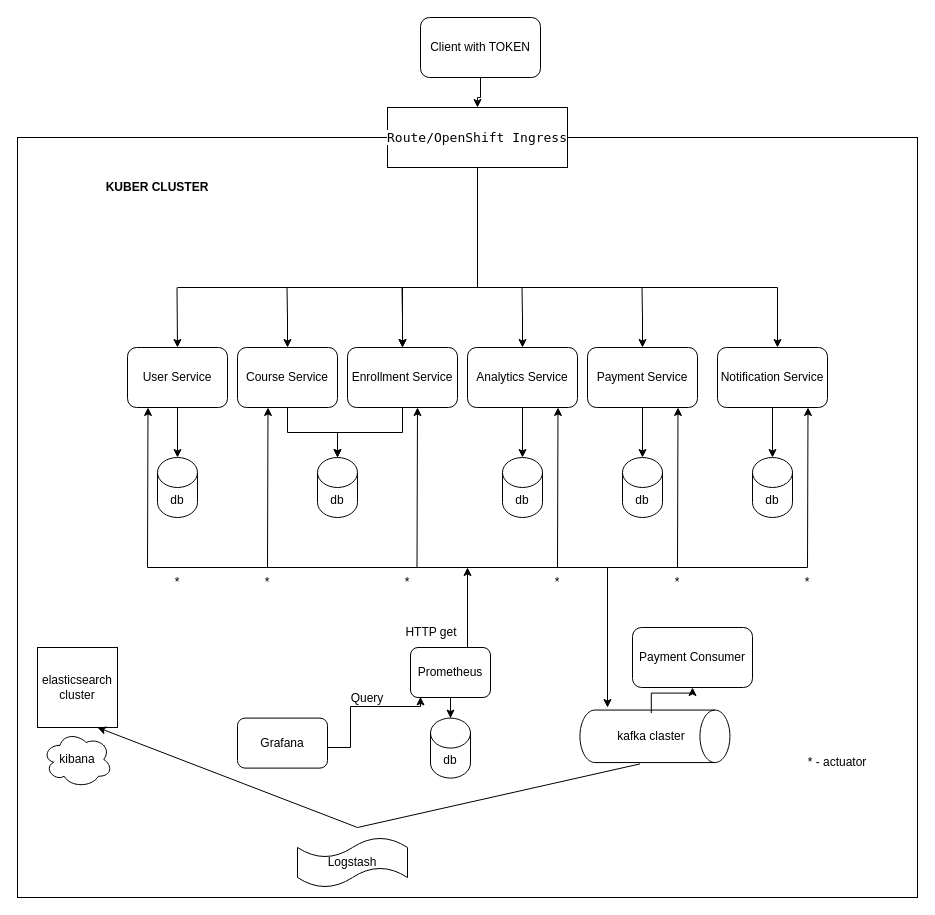
Earlier version of the draw.io diagram Диаграмма без названия.drawio (rishaleva/testTransactional). Source tidied: cells renumbered, new cells numbered last; positions are measured from the earlier drawing's top-left corner, leaving out a move shared by most shapes. Both pictures are drawn from the tidied source at 100%, with x=0, y=0 at pixel (17, 17).
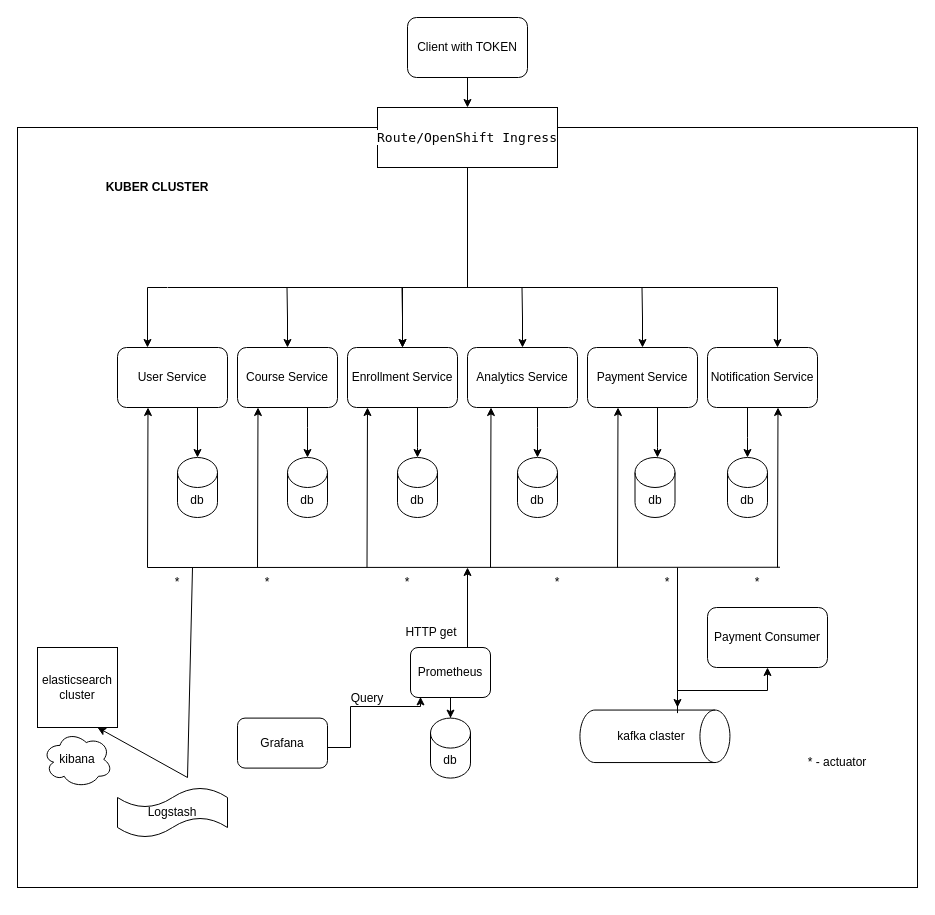
The same page after the edit.

Unchanged cells that the change refers to:
```xml
<mxCell id="5" value="Course Service" style="rounded=1;whiteSpace=wrap;html=1;" parent="1" vertex="1">
  <mxGeometry x="220" y="330" width="100" height="60" as="geometry" />
</mxCell>
<mxCell id="7" value="Analytics Service" style="rounded=1;whiteSpace=wrap;html=1;" parent="1" vertex="1">
  <mxGeometry x="450" y="330" width="110" height="60" as="geometry" />
</mxCell>
<mxCell id="11" value="Payment Service" style="rounded=1;whiteSpace=wrap;html=1;" parent="1" vertex="1">
  <mxGeometry x="570" y="330" width="110" height="60" as="geometry" />
</mxCell>
<mxCell id="21" value="Enrollment Service" style="rounded=1;whiteSpace=wrap;html=1;" parent="1" vertex="1">
  <mxGeometry x="330" y="330" width="110" height="60" as="geometry" />
</mxCell>
<mxCell id="43" value="*" style="text;html=1;align=center;verticalAlign=middle;whiteSpace=wrap;rounded=0;" parent="1" vertex="1">
  <mxGeometry x="130" y="550" width="60" height="30" as="geometry" />
</mxCell>
<mxCell id="57" value="kafka claster" style="text;html=1;align=center;verticalAlign=middle;whiteSpace=wrap;rounded=0;" parent="1" vertex="1">
  <mxGeometry x="568.8" y="695.6" width="130" height="46.2" as="geometry" />
</mxCell>
<mxCell id="60" value="elasticsearch&lt;div&gt;cluster&lt;/div&gt;" style="whiteSpace=wrap;html=1;" parent="1" vertex="1">
  <mxGeometry x="20" y="630" width="80" height="80" as="geometry" />
</mxCell>
```

What changed in the source:
```diff
@@
     <mxCell id="2" style="rounded=0;whiteSpace=wrap;html=1;" parent="1" vertex="1">
-      <mxGeometry y="120" width="900" height="760" as="geometry" />
+      <mxGeometry y="110" width="900" height="760" as="geometry" />
     </mxCell>
     <mxCell id="3" value="User Service" style="rounded=1;whiteSpace=wrap;html=1;direction=west;" parent="1" vertex="1">
-      <mxGeometry x="110" y="330" width="100" height="60" as="geometry" />
+      <mxGeometry x="100" y="330" width="110" height="60" as="geometry" />
     </mxCell>
     <mxCell id="4" style="edgeStyle=orthogonalEdgeStyle;rounded=0;jettySize=auto;html=1;" parent="1" edge="1" source="5" target="13">
-      <mxGeometry relative="1" as="geometry" />
+      <mxGeometry relative="1" as="geometry">
+        <Array as="points">
+          <mxPoint x="290" y="410" />
+          <mxPoint x="290" y="410" />
+        </Array>
+      </mxGeometry>
     </mxCell>
@@
     <mxCell id="6" style="edgeStyle=orthogonalEdgeStyle;rounded=0;jettySize=auto;html=1;" parent="1" edge="1" source="7" target="14">
-      <mxGeometry relative="1" as="geometry" />
+      <mxGeometry relative="1" as="geometry">
+        <Array as="points">
+          <mxPoint x="520" y="410" />
+          <mxPoint x="520" y="410" />
+        </Array>
+      </mxGeometry>
     </mxCell>
@@
     <mxCell id="8" style="edgeStyle=orthogonalEdgeStyle;rounded=0;jettySize=auto;html=1;" parent="1" edge="1" source="9" target="16">
-      <mxGeometry relative="1" as="geometry" />
+      <mxGeometry relative="1" as="geometry">
+        <Array as="points">
+          <mxPoint x="730" y="420" />
+          <mxPoint x="730" y="420" />
+        </Array>
+      </mxGeometry>
     </mxCell>
     <mxCell id="9" value="Notification Service" style="rounded=1;whiteSpace=wrap;html=1;" parent="1" vertex="1">
-      <mxGeometry x="700" y="330" width="110" height="60" as="geometry" />
+      <mxGeometry x="690" y="330" width="110" height="60" as="geometry" />
     </mxCell>
     <mxCell id="10" style="edgeStyle=orthogonalEdgeStyle;rounded=0;jettySize=auto;html=1;" parent="1" edge="1" source="11" target="15">
-      <mxGeometry relative="1" as="geometry" />
+      <mxGeometry relative="1" as="geometry">
+        <Array as="points">
+          <mxPoint x="640" y="430" />
+          <mxPoint x="640" y="430" />
+        </Array>
+      </mxGeometry>
     </mxCell>
@@
     <mxCell id="12" value="db" style="shape=cylinder3;whiteSpace=wrap;html=1;boundedLbl=1;backgroundOutline=1;size=15;" parent="1" vertex="1">
-      <mxGeometry x="140" y="440" width="40" height="60" as="geometry" />
+      <mxGeometry x="160" y="440" width="40" height="60" as="geometry" />
     </mxCell>
     <mxCell id="13" value="db" style="shape=cylinder3;whiteSpace=wrap;html=1;boundedLbl=1;backgroundOutline=1;size=15;" parent="1" vertex="1">
-      <mxGeometry x="300" y="440" width="40" height="60" as="geometry" />
+      <mxGeometry x="270" y="440" width="40" height="60" as="geometry" />
     </mxCell>
     <mxCell id="14" value="db" style="shape=cylinder3;whiteSpace=wrap;html=1;boundedLbl=1;backgroundOutline=1;size=15;" parent="1" vertex="1">
-      <mxGeometry x="485" y="440" width="40" height="60" as="geometry" />
+      <mxGeometry x="500" y="440" width="40" height="60" as="geometry" />
     </mxCell>
     <mxCell id="15" value="db" style="shape=cylinder3;whiteSpace=wrap;html=1;boundedLbl=1;backgroundOutline=1;size=15;" parent="1" vertex="1">
-      <mxGeometry x="605" y="440" width="40" height="60" as="geometry" />
+      <mxGeometry x="617.5" y="440" width="40" height="60" as="geometry" />
     </mxCell>
     <mxCell id="16" value="db" style="shape=cylinder3;whiteSpace=wrap;html=1;boundedLbl=1;backgroundOutline=1;size=15;" parent="1" vertex="1">
-      <mxGeometry x="735" y="440" width="40" height="60" as="geometry" />
+      <mxGeometry x="710" y="440" width="40" height="60" as="geometry" />
     </mxCell>
     <mxCell id="17" style="edgeStyle=orthogonalEdgeStyle;rounded=0;jettySize=auto;html=1;exitX=0.5;exitY=0;exitDx=0;exitDy=0;entryX=0.5;entryY=0;entryDx=0;entryDy=0;entryPerimeter=0;" parent="1" edge="1" source="3" target="12">
-      <mxGeometry relative="1" as="geometry" />
+      <mxGeometry relative="1" as="geometry">
+        <Array as="points">
+          <mxPoint x="180" y="390" />
+          <mxPoint x="180" y="440" />
+        </Array>
+      </mxGeometry>
     </mxCell>
-    <mxCell id="18" style="edgeStyle=orthogonalEdgeStyle;rounded=0;jettySize=auto;html=1;exitX=0.5;exitY=1;exitDx=0;exitDy=0;entryX=0.5;entryY=0;entryDx=0;entryDy=0;entryPerimeter=0;" parent="1" edge="1" source="21" target="13">
-      <mxGeometry relative="1" as="geometry" />
-    </mxCell>
     <mxCell id="19" style="edgeStyle=orthogonalEdgeStyle;rounded=0;jettySize=auto;html=1;" parent="1" edge="1" source="52" target="21">
       <mxGeometry relative="1" as="geometry">
         <Array as="points">
-          <mxPoint x="460" y="270" />
+          <mxPoint x="450" y="270" />
           <mxPoint x="385" y="270" />
         </Array>
       </mxGeometry>
     </mxCell>
@@
+    <mxCell id="64" style="edgeStyle=orthogonalEdgeStyle;rounded=0;jettySize=auto;html=1;" parent="1" edge="1" source="21" target="65">
+      <mxGeometry relative="1" as="geometry">
+        <Array as="points">
+          <mxPoint x="400" y="430" />
+          <mxPoint x="400" y="430" />
+        </Array>
+      </mxGeometry>
+    </mxCell>
@@
     <mxCell id="22" style="endArrow=none;html=1;rounded=0;" parent="1" edge="1">
       <mxGeometry relative="1" as="geometry">
-        <mxPoint x="160" y="270" as="sourcePoint" />
+        <mxPoint x="150" y="270" as="sourcePoint" />
         <mxPoint x="760" y="270" as="targetPoint" />
       </mxGeometry>
     </mxCell>
-    <mxCell id="23" style="edgeStyle=orthogonalEdgeStyle;rounded=0;jettySize=auto;html=1;entryX=0.5;entryY=1;entryDx=0;entryDy=0;" parent="1" edge="1" target="3">
+    <mxCell id="23" style="edgeStyle=orthogonalEdgeStyle;rounded=0;orthogonalLoop=1;jettySize=auto;html=1;" parent="1" edge="1">
       <mxGeometry relative="1" as="geometry">
-        <mxPoint x="159.5" y="270" as="sourcePoint" />
+        <mxPoint x="149.5" y="270" as="sourcePoint" />
+        <mxPoint x="130" y="330" as="targetPoint" />
+        <Array as="points">
+          <mxPoint x="130" y="270" />
+          <mxPoint x="130" y="330" />
+        </Array>
       </mxGeometry>
     </mxCell>
@@
-    <mxCell id="35" style="endArrow=none;html=1;rounded=0;exitX=0;exitY=0;exitDx=0;exitDy=0;" parent="1" edge="1" source="43">
-      <mxGeometry relative="1" as="geometry">
-        <mxPoint x="790" y="550" as="targetPoint" />
-      </mxGeometry>
+    <mxCell id="35" style="endArrow=none;html=1;rounded=0;exitX=0;exitY=0;exitDx=0;exitDy=0;entryX=0.875;entryY=-0.008;entryDx=0;entryDy=0;entryPerimeter=0;" parent="1" edge="1" source="43" target="47">
+      <mxGeometry relative="1" as="geometry" />
     </mxCell>
     <mxCell id="36" style="endArrow=classic;html=1;rounded=0;" parent="1" edge="1">
       <mxGeometry relative="1" as="geometry">
-        <mxPoint x="540" y="550" as="sourcePoint" />
-        <mxPoint x="540.5" y="390" as="targetPoint" />
+        <mxPoint x="473" y="550" as="sourcePoint" />
+        <mxPoint x="473.5" y="390" as="targetPoint" />
       </mxGeometry>
     </mxCell>
     <mxCell id="37" style="endArrow=classic;html=1;rounded=0;" parent="1" edge="1">
       <mxGeometry relative="1" as="geometry">
-        <mxPoint x="399.5" y="550" as="sourcePoint" />
-        <mxPoint x="400" y="390" as="targetPoint" />
+        <mxPoint x="349.5" y="550" as="sourcePoint" />
+        <mxPoint x="350" y="390" as="targetPoint" />
       </mxGeometry>
     </mxCell>
@@
     <mxCell id="39" style="endArrow=classic;html=1;rounded=0;" parent="1" edge="1">
       <mxGeometry relative="1" as="geometry">
-        <mxPoint x="250" y="550" as="sourcePoint" />
-        <mxPoint x="250.5" y="390" as="targetPoint" />
+        <mxPoint x="240" y="550" as="sourcePoint" />
+        <mxPoint x="240.5" y="390" as="targetPoint" />
       </mxGeometry>
     </mxCell>
     <mxCell id="40" style="endArrow=classic;html=1;rounded=0;" parent="1" edge="1">
       <mxGeometry relative="1" as="geometry">
-        <mxPoint x="790" y="550" as="sourcePoint" />
-        <mxPoint x="790.5" y="390" as="targetPoint" />
+        <mxPoint x="760" y="550" as="sourcePoint" />
+        <mxPoint x="760.5" y="390" as="targetPoint" />
       </mxGeometry>
     </mxCell>
@@
     <mxCell id="47" value="*" style="text;html=1;align=center;verticalAlign=middle;whiteSpace=wrap;rounded=0;" parent="1" vertex="1">
-      <mxGeometry x="760" y="550" width="60" height="30" as="geometry" />
+      <mxGeometry x="710" y="550" width="60" height="30" as="geometry" />
     </mxCell>
     <mxCell id="48" style="endArrow=classic;html=1;rounded=0;" parent="1" edge="1">
       <mxGeometry relative="1" as="geometry">
-        <mxPoint x="660" y="550" as="sourcePoint" />
-        <mxPoint x="660.5" y="390" as="targetPoint" />
+        <mxPoint x="600" y="550" as="sourcePoint" />
+        <mxPoint x="600.5" y="390" as="targetPoint" />
       </mxGeometry>
     </mxCell>
     <mxCell id="49" value="*" style="text;html=1;align=center;verticalAlign=middle;whiteSpace=wrap;rounded=0;" parent="1" vertex="1">
-      <mxGeometry x="630" y="550" width="60" height="30" as="geometry" />
+      <mxGeometry x="620" y="550" width="60" height="30" as="geometry" />
     </mxCell>
@@
     <mxCell id="52" value="&lt;span style=&quot;font-family: Menlo, Monaco, Consolas, &amp;quot;Andale Mono&amp;quot;, &amp;quot;Ubuntu Mono&amp;quot;, &amp;quot;Courier New&amp;quot;, monospace; font-size: 13px; text-align: left; white-space: pre;&quot;&gt;Route/OpenShift Ingress&lt;/span&gt;" style="rounded=0;whiteSpace=wrap;html=1;labelBackgroundColor=default;" parent="1" vertex="1">
-      <mxGeometry x="370" y="90" width="180" height="60" as="geometry" />
+      <mxGeometry x="360" y="90" width="180" height="60" as="geometry" />
     </mxCell>
@@
     <mxCell id="54" value="Client with TOKEN" style="rounded=1;whiteSpace=wrap;html=1;" parent="1" vertex="1">
-      <mxGeometry x="403" width="120" height="60" as="geometry" />
+      <mxGeometry x="390" width="120" height="60" as="geometry" />
     </mxCell>
@@
     <mxCell id="56" style="edgeStyle=orthogonalEdgeStyle;rounded=0;jettySize=auto;html=1;" parent="1" edge="1" source="57" target="58">
-      <mxGeometry relative="1" as="geometry" />
+      <mxGeometry relative="1" as="geometry">
+        <Array as="points">
+          <mxPoint x="660" y="673" />
+          <mxPoint x="750" y="673" />
+        </Array>
+      </mxGeometry>
     </mxCell>
@@
     <mxCell id="58" value="Payment Consumer" style="rounded=1;whiteSpace=wrap;html=1;" parent="1" vertex="1">
-      <mxGeometry x="615" y="610" width="120" height="60" as="geometry" />
+      <mxGeometry x="690" y="590" width="120" height="60" as="geometry" />
     </mxCell>
     <mxCell id="59" style="endArrow=classic;html=1;rounded=0;" parent="1" edge="1">
       <mxGeometry relative="1" as="geometry">
-        <mxPoint x="590" y="550" as="sourcePoint" />
-        <mxPoint x="590" y="690" as="targetPoint" />
+        <mxPoint x="660" y="550" as="sourcePoint" />
+        <mxPoint x="660" y="690" as="targetPoint" />
       </mxGeometry>
     </mxCell>
@@
-    <mxCell id="62" style="endArrow=classic;html=1;rounded=0;entryX=0.75;entryY=1;entryDx=0;entryDy=0;exitX=0.413;exitY=1.1;exitDx=0;exitDy=0;exitPerimeter=0;" parent="1" edge="1" source="57" target="60">
+    <mxCell id="62" style="endArrow=classic;html=1;rounded=0;entryX=0.75;entryY=1;entryDx=0;entryDy=0;exitX=0.75;exitY=0;exitDx=0;exitDy=0;" parent="1" edge="1" source="43" target="60">
       <mxGeometry relative="1" as="geometry">
         <Array as="points">
-          <mxPoint x="340" y="810" />
+          <mxPoint x="170" y="760" />
         </Array>
       </mxGeometry>
     </mxCell>
     <mxCell id="63" value="Logstash" style="shape=tape;whiteSpace=wrap;html=1;" parent="1" vertex="1">
-      <mxGeometry x="280" y="820" width="110" height="50" as="geometry" />
+      <mxGeometry x="100" y="770" width="110" height="50" as="geometry" />
     </mxCell>
+    <mxCell id="65" value="db" style="shape=cylinder3;whiteSpace=wrap;html=1;boundedLbl=1;backgroundOutline=1;size=15;" parent="1" vertex="1">
+      <mxGeometry x="380" y="440" width="40" height="60" as="geometry" />
+    </mxCell>
```
